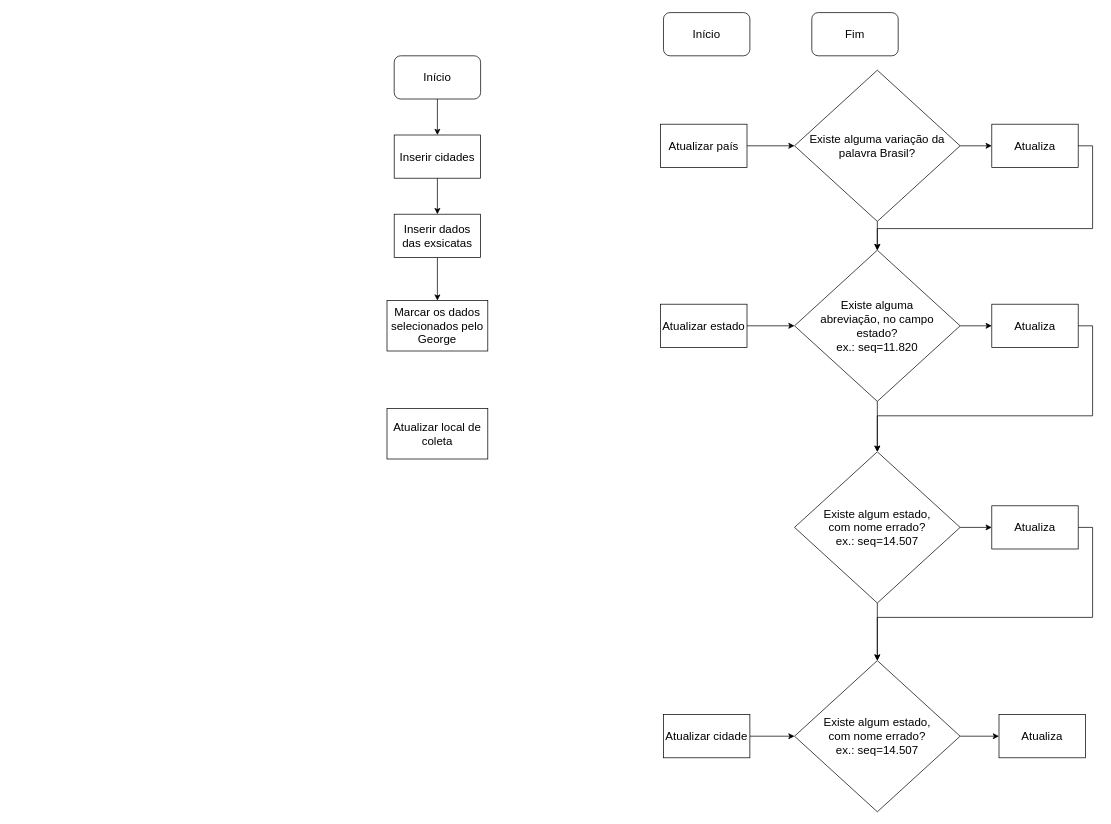
Earlier version of the draw.io diagram pipeline/pipeline.drawio (xaaaandao/piperaceae-sql). Source tidied: cells renumbered, new cells numbered last; positions are measured from the earlier drawing's top-left corner, leaving out a move shared by most shapes. Both pictures are drawn from the tidied source at 72%, with x=0, y=0 at pixel (387, 12).
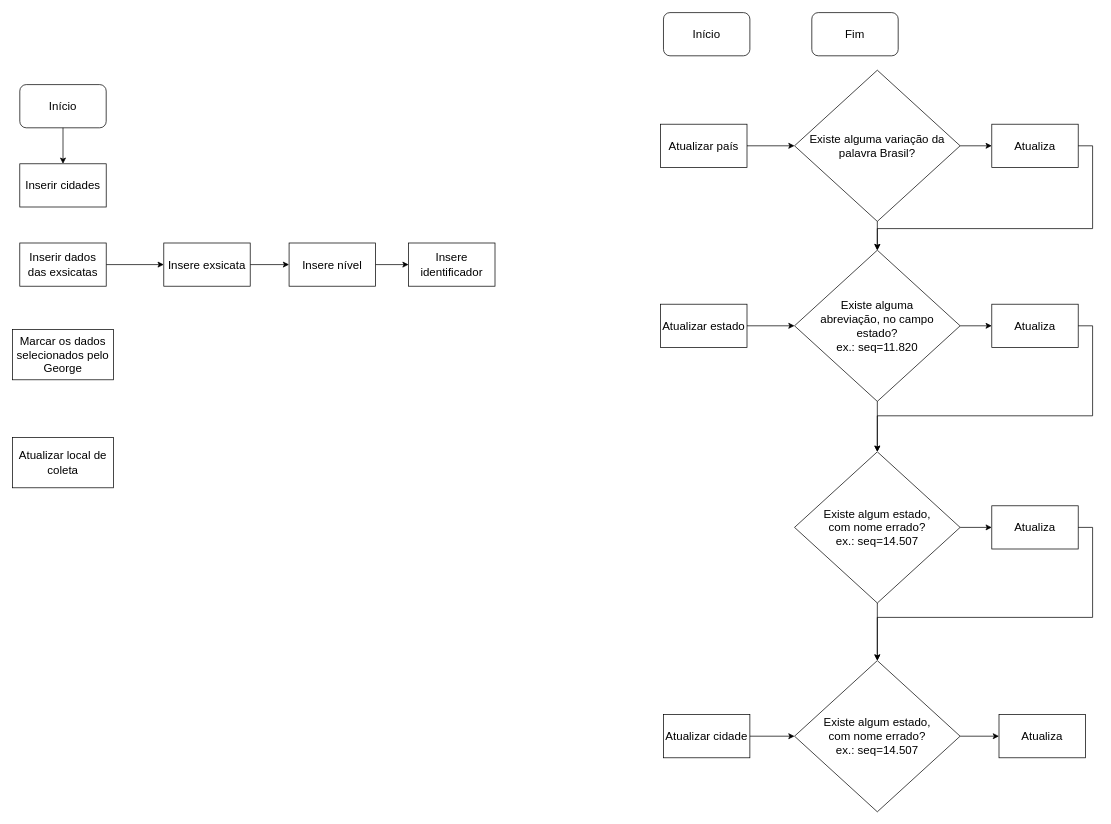
The same diagram, later.

The edit, as a diff of the source:
```diff
@@
     <mxCell id="3" value="Início" style="rounded=1;whiteSpace=wrap;html=1;fontSize=16;fillColor=none;" parent="1" vertex="1">
-      <mxGeometry x="10" y="60" width="120" height="60" as="geometry" />
+      <mxGeometry x="-510" y="100" width="120" height="60" as="geometry" />
     </mxCell>
-    <mxCell id="4" style="edgeStyle=orthogonalEdgeStyle;rounded=0;jettySize=auto;html=1;exitX=0.5;exitY=1;exitDx=0;exitDy=0;entryX=0.5;entryY=0;entryDx=0;entryDy=0;" parent="1" edge="1" source="5" target="7">
-      <mxGeometry relative="1" as="geometry" />
-    </mxCell>
     <mxCell id="5" value="Inserir cidades" style="rounded=0;whiteSpace=wrap;html=1;fontSize=16;" parent="1" vertex="1">
-      <mxGeometry x="10" y="170" width="120" height="60" as="geometry" />
+      <mxGeometry x="-510" y="210" width="120" height="60" as="geometry" />
     </mxCell>
-    <mxCell id="6" style="edgeStyle=orthogonalEdgeStyle;rounded=0;jettySize=auto;html=1;exitX=0.5;exitY=1;exitDx=0;exitDy=0;entryX=0.5;entryY=0;entryDx=0;entryDy=0;" parent="1" edge="1" source="7" target="8">
-      <mxGeometry relative="1" as="geometry" />
-    </mxCell>
+    <mxCell id="36" style="edgeStyle=orthogonalEdgeStyle;rounded=0;jettySize=auto;html=1;" parent="1" edge="1" source="7" target="38">
+      <mxGeometry relative="1" as="geometry" />
+    </mxCell>
     <mxCell id="7" value="Inserir dados das exsicatas" style="rounded=0;whiteSpace=wrap;html=1;fontSize=16;" parent="1" vertex="1">
-      <mxGeometry x="10" y="280" width="120" height="60" as="geometry" />
+      <mxGeometry x="-510" y="320" width="120" height="60" as="geometry" />
     </mxCell>
     <mxCell id="8" value="Marcar os dados selecionados pelo George" style="rounded=0;whiteSpace=wrap;html=1;fontSize=16;" parent="1" vertex="1">
-      <mxGeometry y="400" width="140" height="70" as="geometry" />
+      <mxGeometry x="-520" y="440" width="140" height="70" as="geometry" />
     </mxCell>
     <mxCell id="9" value="Atualizar local de coleta" style="rounded=0;whiteSpace=wrap;html=1;fontSize=16;" parent="1" vertex="1">
-      <mxGeometry y="550" width="140" height="70" as="geometry" />
+      <mxGeometry x="-520" y="590" width="140" height="70" as="geometry" />
     </mxCell>
@@
+    <mxCell id="37" style="edgeStyle=orthogonalEdgeStyle;rounded=0;jettySize=auto;html=1;" parent="1" edge="1" source="38" target="40">
+      <mxGeometry relative="1" as="geometry" />
+    </mxCell>
+    <mxCell id="38" value="Insere exsicata" style="rounded=0;whiteSpace=wrap;html=1;fontSize=16;" parent="1" vertex="1">
+      <mxGeometry x="-310" y="320" width="120" height="60" as="geometry" />
+    </mxCell>
+    <mxCell id="39" style="edgeStyle=orthogonalEdgeStyle;rounded=0;jettySize=auto;html=1;" parent="1" edge="1" source="40" target="41">
+      <mxGeometry relative="1" as="geometry" />
+    </mxCell>
+    <mxCell id="40" value="Insere nível" style="rounded=0;whiteSpace=wrap;html=1;fontSize=16;" parent="1" vertex="1">
+      <mxGeometry x="-136" y="320" width="120" height="60" as="geometry" />
+    </mxCell>
+    <mxCell id="41" value="Insere identificador" style="rounded=0;whiteSpace=wrap;html=1;fontSize=16;" parent="1" vertex="1">
+      <mxGeometry x="30" y="320" width="120" height="60" as="geometry" />
+    </mxCell>
```
